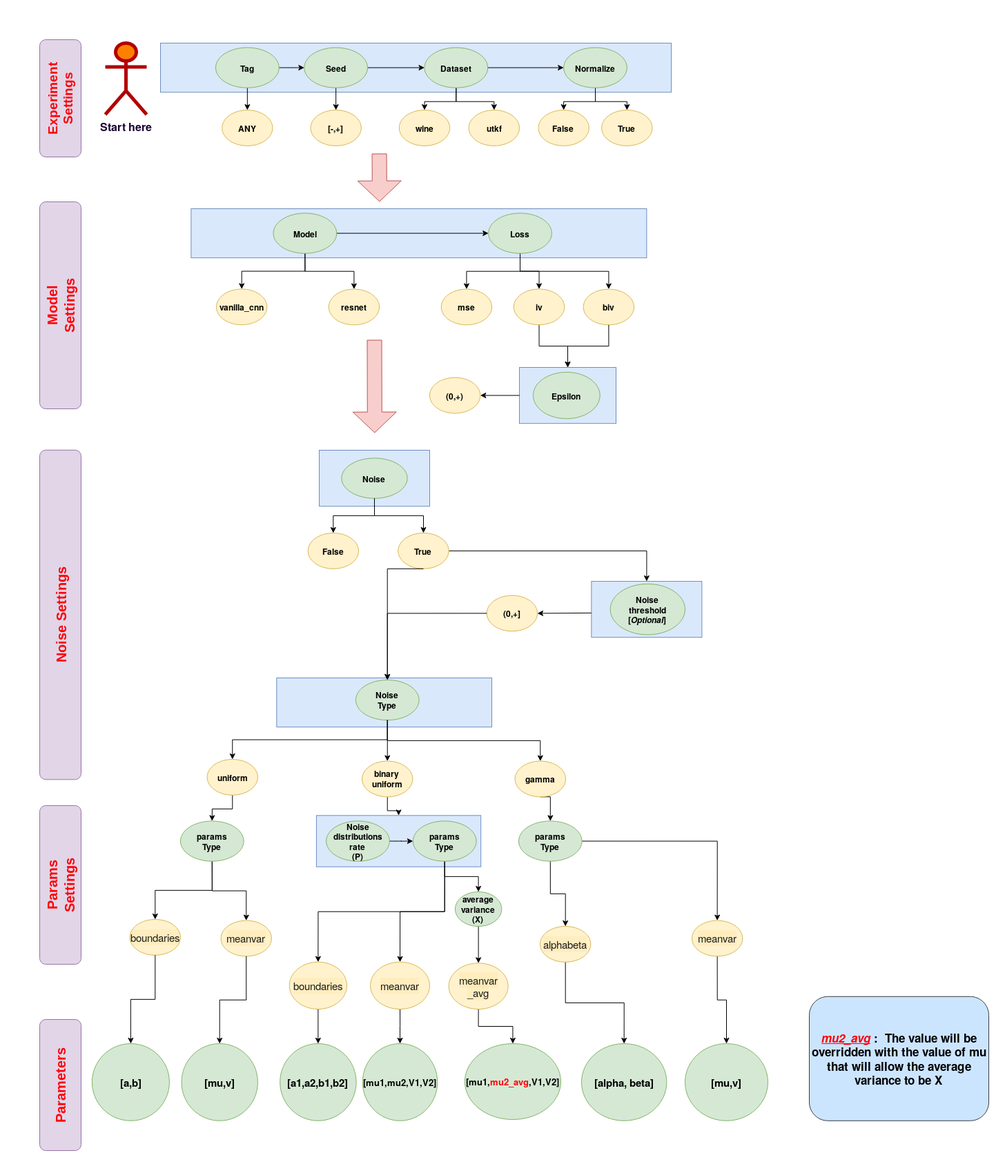
The draw.io diagram media/args.png in montrealrobotics/BIV, before a commit. Source tidied: cells renumbered, new cells last; positions are measured from the earlier drawing's top-left corner, leaving out a move shared by most shapes.
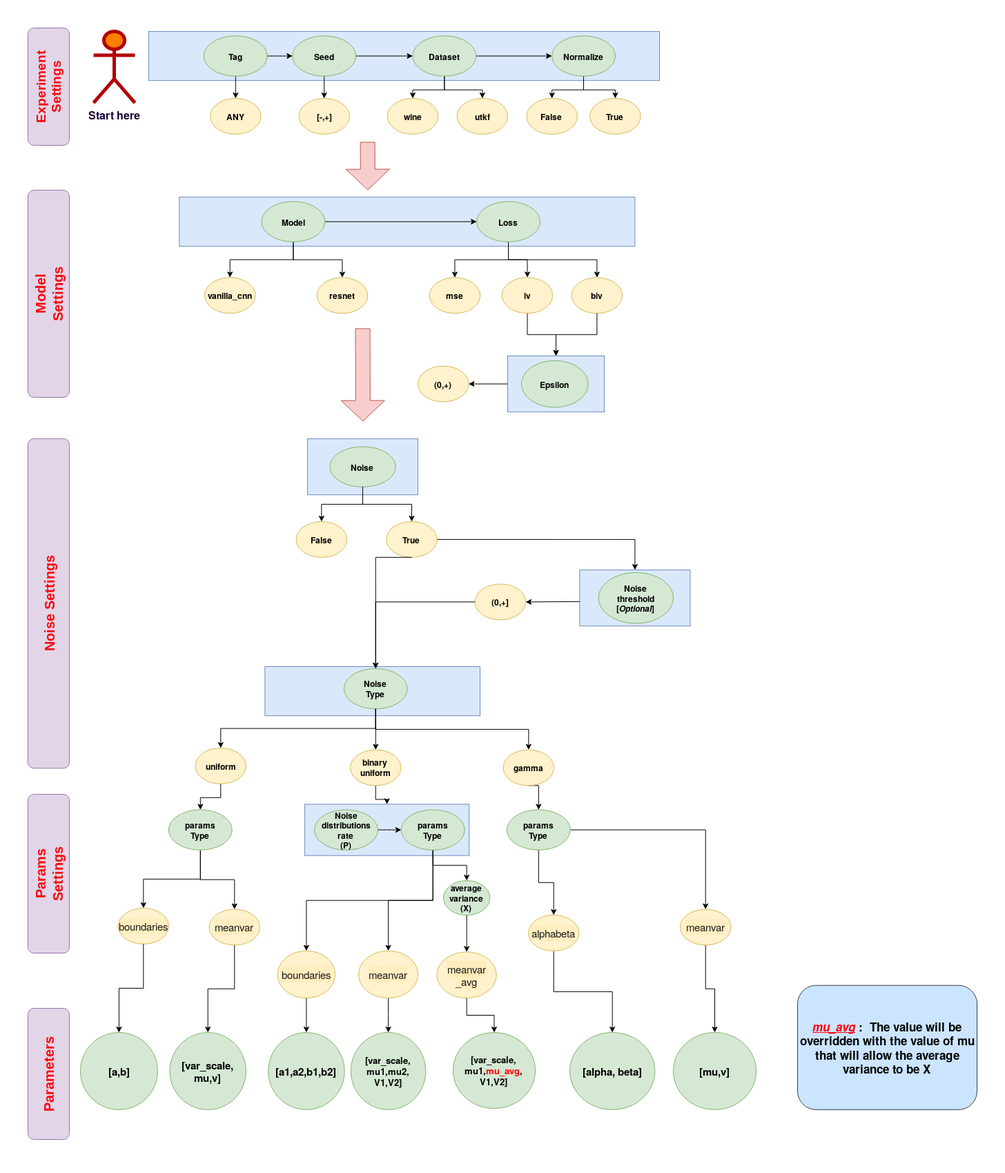
The same diagram one commit later.

Diff of the diagram source:
```diff
@@ -265,11 +265,11 @@
         <mxPoint x="734.4" y="825.9" as="sourcePoint" />
       </mxGeometry>
     </mxCell>
-    <mxCell id="87" value="[mu1,mu2,V1,V2]" style="ellipse;whiteSpace=wrap;html=1;fillColor=#d5e8d4;strokeColor=#82b366;fontStyle=1;fontSize=13;" parent="2" vertex="1">
+    <mxCell id="87" value="[var_scale,&lt;br&gt;mu1,mu2,&lt;br&gt;V1,V2]" style="ellipse;whiteSpace=wrap;html=1;fillColor=#d5e8d4;strokeColor=#82b366;fontStyle=1;fontSize=13;" parent="2" vertex="1">
       <mxGeometry x="402.8" y="1450" width="108.5" height="111.8" as="geometry" />
     </mxCell>
-    <mxCell id="88" value="[mu1,&lt;font color=&quot;#FF0008&quot;&gt;mu2_avg&lt;/font&gt;,V1,V2]" style="ellipse;whiteSpace=wrap;html=1;fillColor=#d5e8d4;strokeColor=#82b366;fontStyle=1;fontSize=13;" parent="2" vertex="1">
-      <mxGeometry x="550.9" y="1450" width="139.1" height="110" as="geometry" />
+    <mxCell id="88" value="[var_scale,&lt;br&gt;mu1,&lt;font color=&quot;#FF0008&quot;&gt;mu_avg&lt;/font&gt;,&lt;br&gt;V1,V2]" style="ellipse;whiteSpace=wrap;html=1;fillColor=#d5e8d4;strokeColor=#82b366;fontStyle=1;fontSize=13;" parent="2" vertex="1">
+      <mxGeometry x="550.9" y="1450" width="119.1" height="110" as="geometry" />
     </mxCell>
     <mxCell id="89" value="[alpha, beta]" style="ellipse;whiteSpace=wrap;html=1;fillColor=#d5e8d4;strokeColor=#82b366;fontStyle=1;fontSize=15;" parent="2" vertex="1">
       <mxGeometry x="720" y="1450" width="123.3" height="111.8" as="geometry" />
@@ -313,10 +313,10 @@
     <mxCell id="102" value="&lt;p dir=&quot;ltr&quot; style=&quot;line-height: 1.2 ; text-align: center ; margin-top: 0pt ; margin-bottom: 0pt ; font-size: 20px&quot; id=&quot;docs-internal-guid-8ae002db-7fff-8ba6-8505-895e2b272312&quot;&gt;&lt;font style=&quot;font-size: 20px&quot; color=&quot;#FF0008&quot;&gt;&lt;b&gt;&lt;span style=&quot;font-family: &amp;#34;arial&amp;#34; ; background-color: transparent ; font-style: normal ; font-variant: normal ; text-decoration: none ; vertical-align: baseline&quot;&gt;Noise Settings&lt;/span&gt;&lt;/b&gt;&lt;/font&gt;&lt;/p&gt;" style="rounded=1;whiteSpace=wrap;html=1;rotation=-90;fillColor=#e1d5e7;strokeColor=#9673a6;" parent="1" vertex="1">
       <mxGeometry x="0.2" y="798.5" width="477.5" height="60" as="geometry" />
     </mxCell>
-    <mxCell id="103" value="&lt;div style=&quot;font-size: 17px&quot;&gt;&lt;font style=&quot;font-size: 17px&quot;&gt;&lt;font color=&quot;#FF0008&quot;&gt;&lt;i&gt;&lt;u&gt;&lt;font style=&quot;font-size: 17px&quot;&gt;mu2_avg&lt;/font&gt;&lt;/u&gt;&lt;/i&gt;&lt;/font&gt; :&amp;nbsp; The value will be overridden with the value of mu that will allow the average variance to be X&lt;br&gt;&lt;/font&gt;&lt;/div&gt;" style="rounded=1;whiteSpace=wrap;html=1;fillColor=#cce5ff;strokeColor=#36393d;fontStyle=1;fontSize=16;align=center;" parent="1" vertex="1">
+    <mxCell id="103" value="&lt;div style=&quot;font-size: 17px&quot;&gt;&lt;font style=&quot;font-size: 17px&quot;&gt;&lt;font color=&quot;#FF0008&quot;&gt;&lt;i&gt;&lt;u&gt;&lt;font style=&quot;font-size: 17px&quot;&gt;mu_avg&lt;/font&gt;&lt;/u&gt;&lt;/i&gt;&lt;/font&gt; :&amp;nbsp; The value will be overridden with the value of mu that will allow the average variance to be X&lt;br&gt;&lt;/font&gt;&lt;/div&gt;" style="rounded=1;whiteSpace=wrap;html=1;fillColor=#cce5ff;strokeColor=#36393d;fontStyle=1;fontSize=16;align=center;" parent="1" vertex="1">
       <mxGeometry x="1324" y="1381.8" width="260" height="180" as="geometry" />
     </mxCell>
-    <mxCell id="104" value="[mu,v]" style="ellipse;whiteSpace=wrap;html=1;fillColor=#d5e8d4;strokeColor=#82b366;fontStyle=1;fontSize=15;" parent="1" vertex="1">
+    <mxCell id="104" value="[var_scale,&lt;br&gt;mu,v]" style="ellipse;whiteSpace=wrap;html=1;fillColor=#d5e8d4;strokeColor=#82b366;fontStyle=1;fontSize=15;" parent="1" vertex="1">
       <mxGeometry x="414.5" y="1450" width="110.4" height="111.8" as="geometry" />
     </mxCell>
     <mxCell id="105" value="[a,b]" style="ellipse;whiteSpace=wrap;html=1;fillColor=#d5e8d4;strokeColor=#82b366;fontStyle=1;fontSize=15;" parent="1" vertex="1">
```
